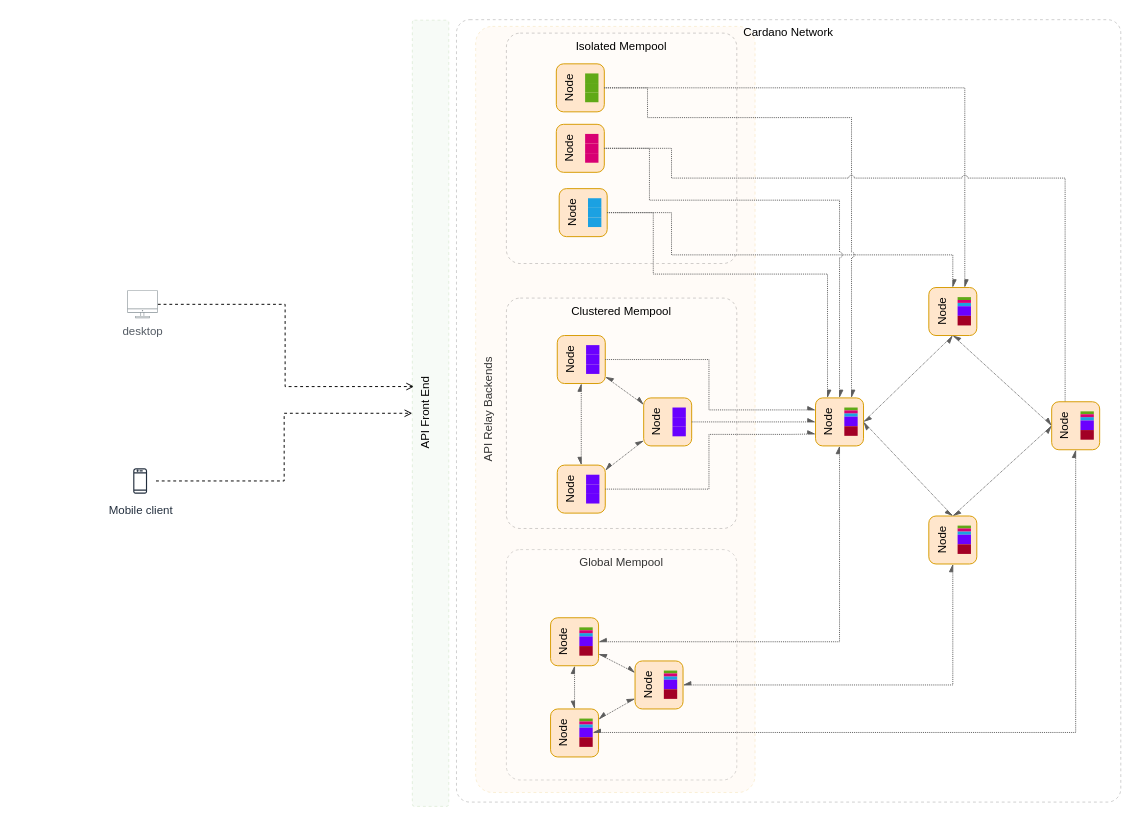
Before: diagrams/VirtualMempools.drawio in ilap/ShelleyStuffs, a draw.io diagram. Source tidied: cells renumbered, new cells numbered last; positions are measured from the earlier drawing's top-left corner, leaving out a move shared by most shapes. Both pictures are drawn from the tidied source at 96%, with x=0, y=0 at pixel (124, 19).
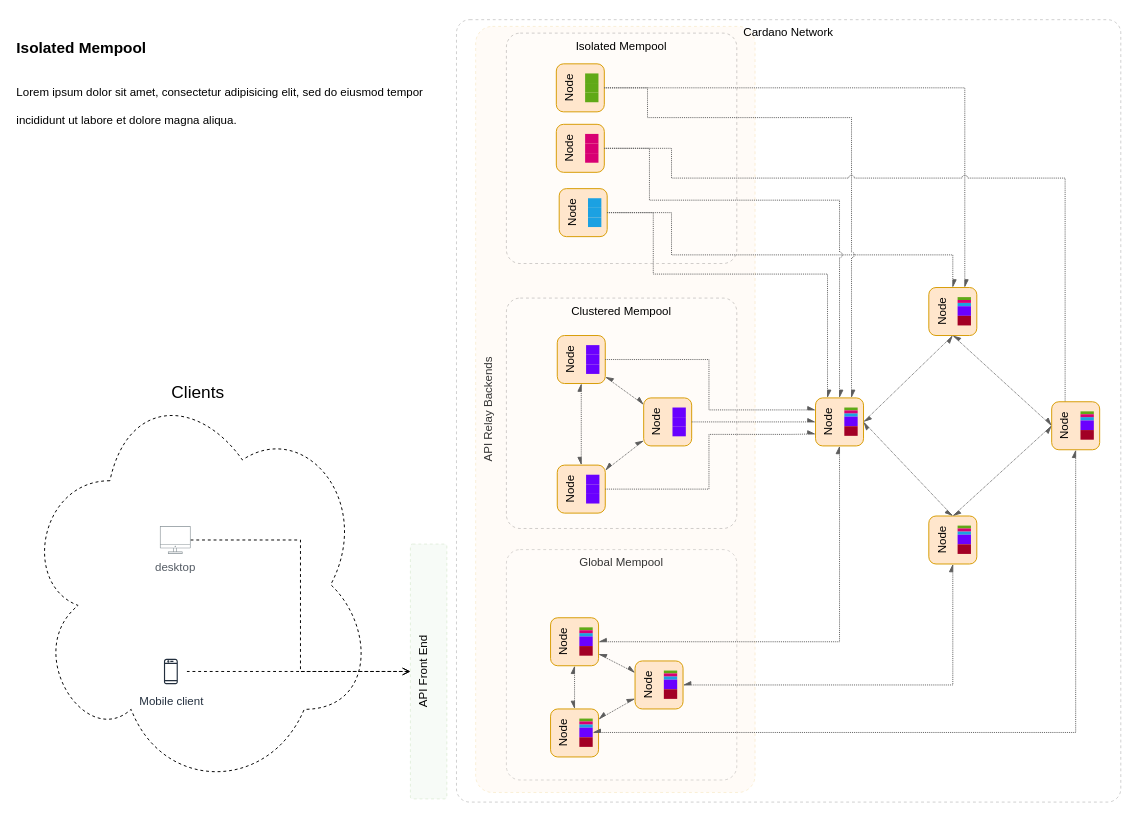
The same diagram, later.

Change to the diagram source:
```diff
@@
+    <mxCell id="112" value="Clients" style="ellipse;shape=cloud;whiteSpace=wrap;html=1;shadow=0;glass=0;labelBackgroundColor=none;labelBorderColor=none;comic=0;sketch=0;fontSize=18;fontColor=#000000;strokeColor=default;fillColor=none;verticalAlign=top;dashed=1;" parent="1" vertex="1">
+      <mxGeometry x="-107" y="372" width="368" height="433" as="geometry" />
+    </mxCell>
@@
-    <mxCell id="101" style="edgeStyle=orthogonalEdgeStyle;rounded=0;jumpStyle=none;jettySize=auto;html=1;entryX=0.049;entryY=0.466;entryDx=0;entryDy=0;entryPerimeter=0;labelBackgroundColor=none;fontColor=#B0B0B0;startArrow=none;startFill=0;endArrow=open;endFill=0;targetPerimeterSpacing=0;strokeColor=default;dashed=1;" parent="1" edge="1" source="102" target="105">
+    <mxCell id="101" style="edgeStyle=orthogonalEdgeStyle;rounded=0;jumpStyle=none;jettySize=auto;html=1;entryX=0;entryY=0.5;entryDx=0;entryDy=0;labelBackgroundColor=none;fontColor=#B0B0B0;startArrow=none;startFill=0;endArrow=open;endFill=0;targetPerimeterSpacing=0;strokeColor=default;dashed=1;" parent="1" edge="1" source="102" target="105">
       <mxGeometry relative="1" as="geometry" />
     </mxCell>
     <mxCell id="102" value="desktop" style="sketch=0;outlineConnect=0;gradientColor=none;fontColor=#545B64;strokeColor=none;fillColor=#879196;dashed=0;verticalLabelPosition=bottom;verticalAlign=top;align=center;html=1;fontSize=12;fontStyle=0;shape=mxgraph.aws4.illustration_desktop;shadow=0;glass=0;labelBackgroundColor=none;comic=0;" parent="1" vertex="1">
-      <mxGeometry x="3" y="282" width="31.9" height="29" as="geometry" />
+      <mxGeometry x="37.1" y="527.5" width="31.9" height="29" as="geometry" />
     </mxCell>
@@
     <mxCell id="104" value="Mobile client" style="sketch=0;outlineConnect=0;fontColor=#232F3E;gradientColor=none;strokeColor=#232F3E;fillColor=#ffffff;dashed=0;verticalLabelPosition=bottom;verticalAlign=top;align=center;html=1;fontSize=12;fontStyle=0;shape=mxgraph.aws4.resourceIcon;resIcon=mxgraph.aws4.mobile_client;shadow=0;glass=0;labelBackgroundColor=none;comic=0;" parent="1" vertex="1">
-      <mxGeometry y="464" width="33" height="33" as="geometry" />
+      <mxGeometry x="32" y="662.5" width="33" height="33" as="geometry" />
     </mxCell>
     <mxCell id="105" value="API Front End" style="rounded=1;whiteSpace=wrap;html=1;dashed=1;verticalAlign=top;horizontal=0;spacing=2;arcSize=6;glass=0;sketch=0;shadow=0;opacity=20;strokeColor=#82b366;fillColor=#d5e8d4;" parent="1" vertex="1">
-      <mxGeometry x="300" y="0.5" width="38" height="819" as="geometry" />
+      <mxGeometry x="298" y="546.2" width="38" height="265.5" as="geometry" />
     </mxCell>
@@
+    <mxCell id="113" value="&lt;h1&gt;&lt;span&gt;&lt;font style=&quot;font-size: 16px&quot;&gt;Isolated Mempool&lt;/font&gt;&lt;/span&gt;&lt;/h1&gt;&lt;h1&gt;&lt;span style=&quot;font-size: 12px ; font-weight: normal&quot;&gt;Lorem ipsum dolor sit amet, consectetur adipisicing elit, sed do eiusmod tempor incididunt ut labore et dolore magna aliqua.&lt;/span&gt;&lt;br&gt;&lt;/h1&gt;" style="text;html=1;strokeColor=none;fillColor=none;spacing=0;spacingTop=-20;whiteSpace=wrap;overflow=hidden;rounded=0;shadow=0;glass=0;labelBackgroundColor=none;labelBorderColor=none;comic=0;sketch=0;fontColor=#000000;verticalAlign=top;" parent="1" vertex="1">
+      <mxGeometry x="-112" y="12" width="443" height="130" as="geometry" />
+    </mxCell>
```
